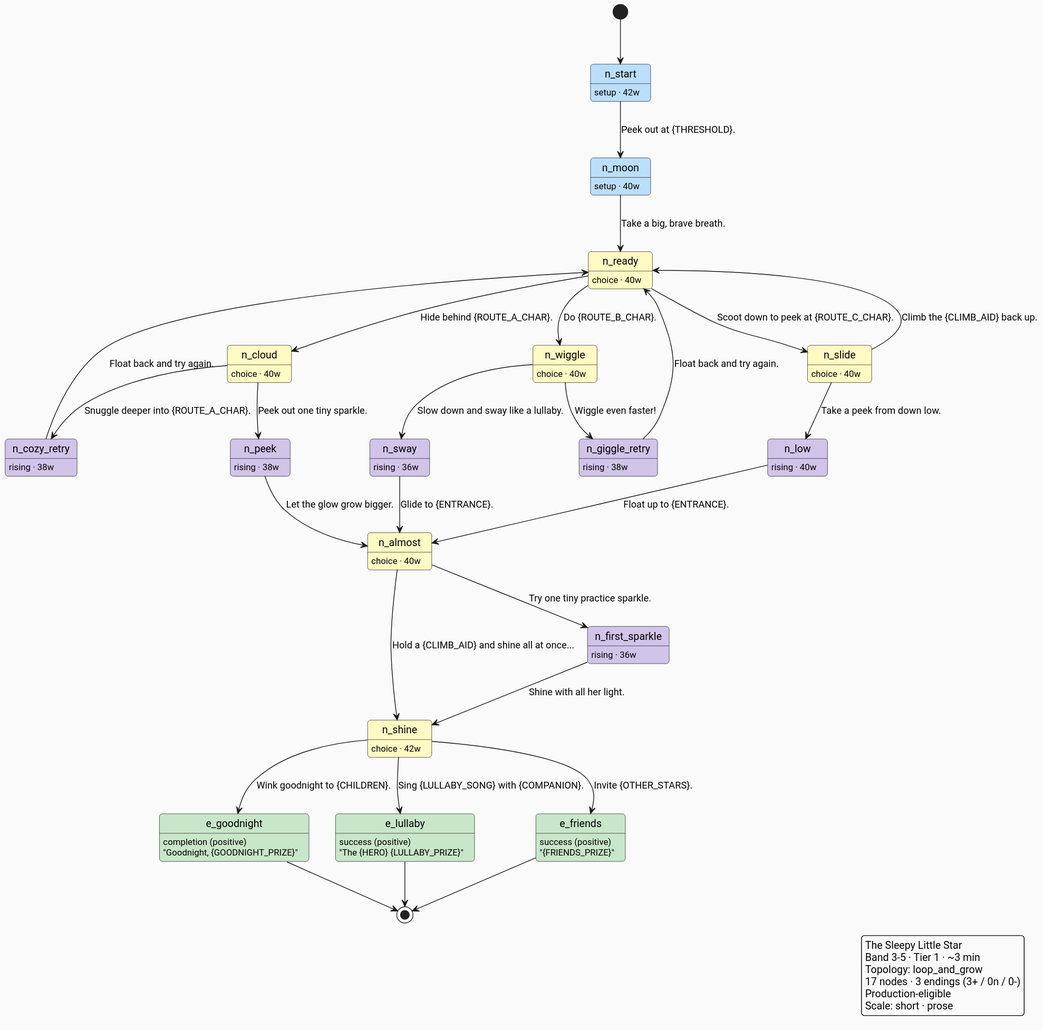
This is docs/architecture/diagrams/skeletons/3-5/the-sleepy-little-star.svg from ByronWilliamsCPA/cyo-adventure, a PlantUML export, as it was before one commit.
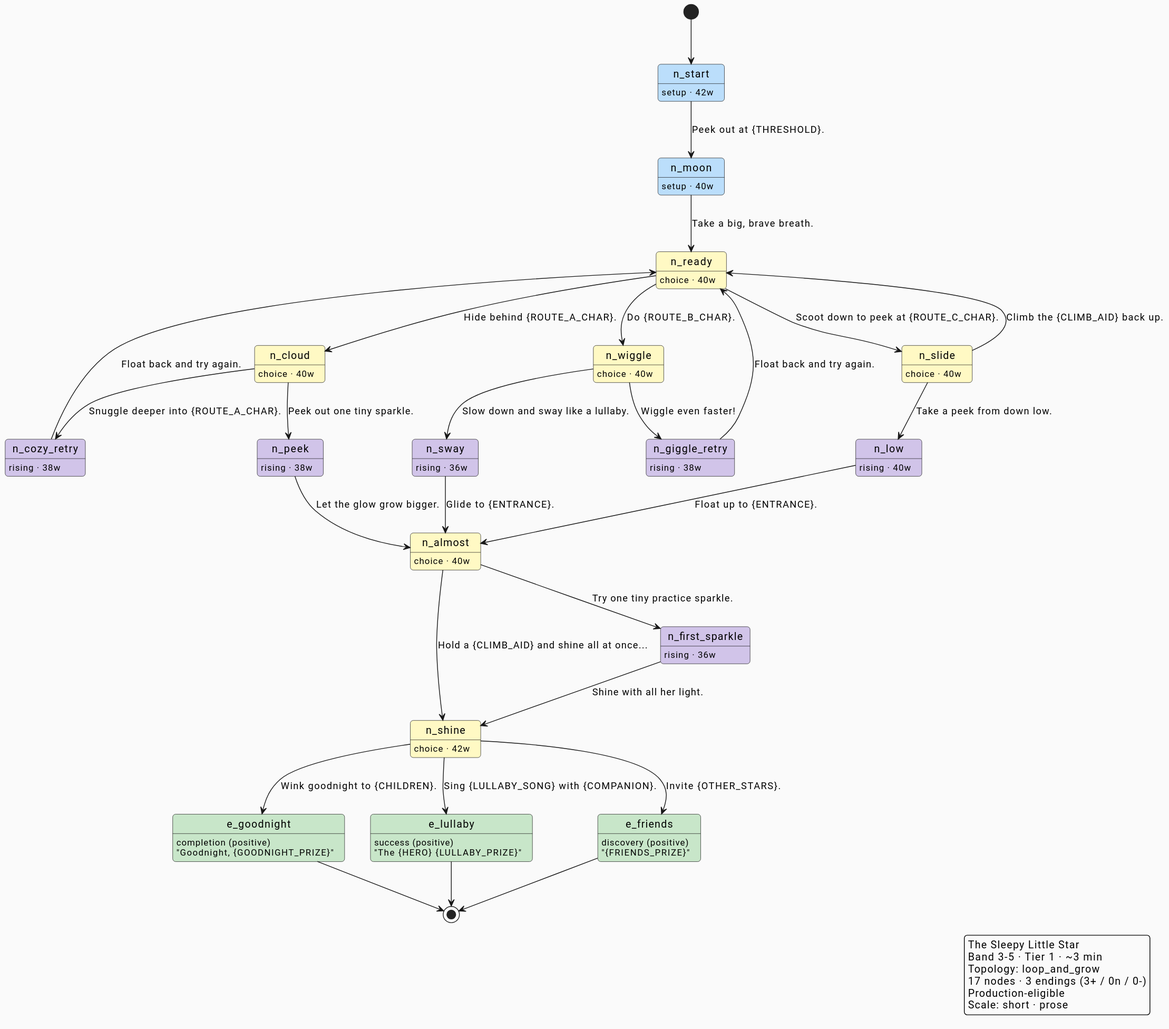
After the change.

Diff of the diagram source:
```diff
@@ -40,7 +40,7 @@
 e_lullaby : success (positive)
 e_lullaby : "The {HERO} {LULLABY_PRIZE}"
 state e_friends #C8E6C9
-e_friends : success (positive)
+e_friends : discovery (positive)
 e_friends : "{FRIENDS_PRIZE}"
 n_start --> n_moon : Peek out at {THRESHOLD}.
 n_moon --> n_ready : Take a big, brave breath.
```
